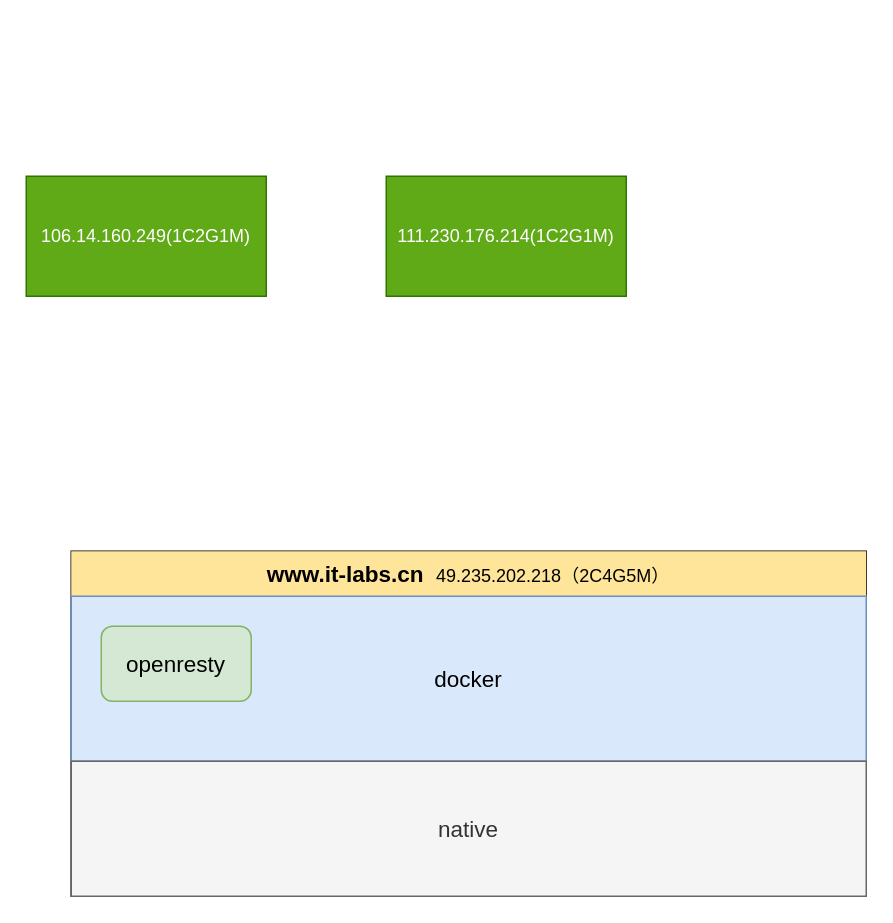
Before: 服务器内容部署一览图.drawio in TysonSir/draw.io, a draw.io diagram. Source tidied: cells renumbered, new cells numbered last; positions are measured from the earlier drawing's top-left corner, leaving out a move shared by most shapes. Both pictures are drawn from the tidied source at 150%, with x=0, y=0 at pixel (26, 176).
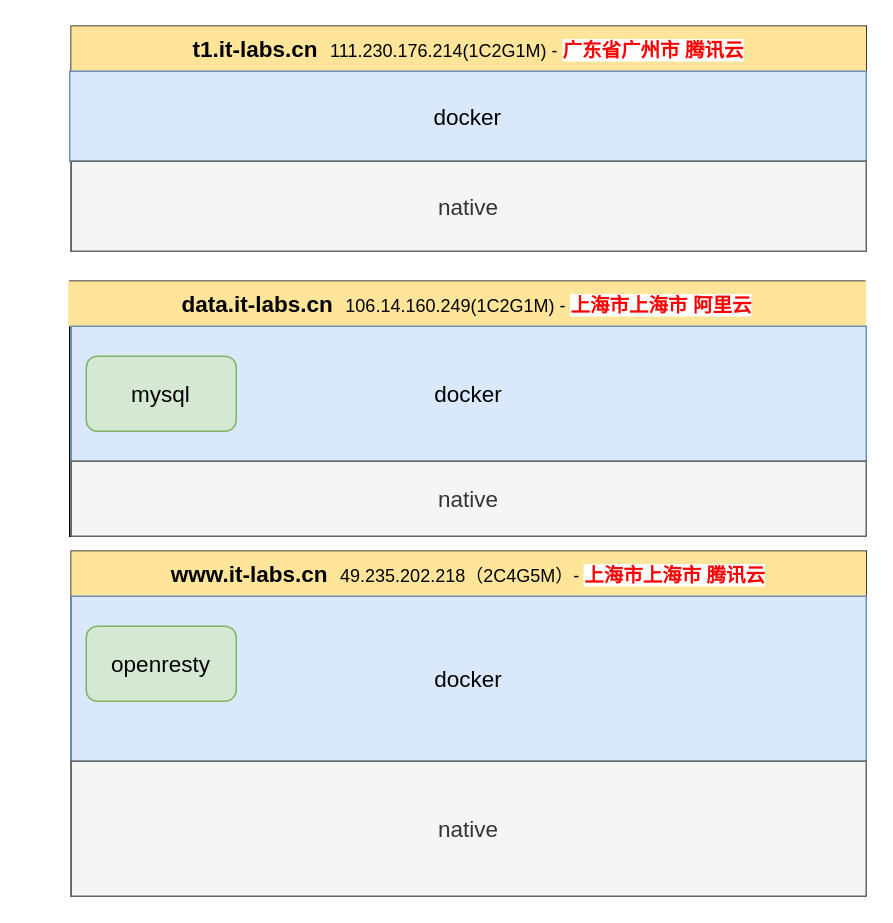
The same page after the edit.

Commit message (it also covers changes not shown here):
更新服务器内容部署一览图.drawio

What changed in the source:
```diff
@@
 <mxGraphModel>
   <root>
     <mxCell id="0" />
     <mxCell id="1" parent="0" />
-    <mxCell id="2" value="106.14.160.249(1C2G1M)" style="rounded=0;whiteSpace=wrap;html=1;fillColor=#60a917;strokeColor=#2D7600;fontColor=#ffffff;" parent="1" vertex="1">
-      <mxGeometry width="160" height="80" as="geometry" />
+    <mxCell id="2" style="rounded=0;whiteSpace=wrap;html=1;" parent="1" vertex="1">
+      <mxGeometry x="29" y="70" width="530" height="170" as="geometry" />
     </mxCell>
-    <mxCell id="3" value="111.230.176.214(1C2G1M)" style="rounded=0;whiteSpace=wrap;html=1;fillColor=#60a917;strokeColor=#2D7600;fontColor=#ffffff;" parent="1" vertex="1">
-      <mxGeometry x="240" width="160" height="80" as="geometry" />
+    <mxCell id="3" style="rounded=0;whiteSpace=wrap;html=1;" parent="1" vertex="1">
+      <mxGeometry x="30" y="-100" width="530" height="150" as="geometry" />
     </mxCell>
     <mxCell id="4" style="rounded=0;whiteSpace=wrap;html=1;" parent="1" vertex="1">
       <mxGeometry x="30" y="250" width="530" height="230" as="geometry" />
     </mxCell>
-    <mxCell id="5" value="www.it-labs.cn&amp;nbsp;&amp;nbsp;&lt;span style=&quot;font-size: 12px ; font-weight: 400&quot;&gt;49.235.202.218（2C4G5M）&lt;/span&gt;" style="text;html=1;strokeColor=none;fillColor=#FFE599;align=center;verticalAlign=middle;whiteSpace=wrap;rounded=0;fontStyle=1;fontSize=15;" parent="1" vertex="1">
+    <mxCell id="5" value="www.it-labs.cn&amp;nbsp;&amp;nbsp;&lt;span style=&quot;font-size: 12px ; font-weight: 400&quot;&gt;49.235.202.218（2C4G5M）-&amp;nbsp;&lt;/span&gt;&lt;b style=&quot;color: rgb(51 , 51 , 51) ; font-family: &amp;#34;arial&amp;#34; ; font-size: 13px ; background-color: rgb(255 , 255 , 255)&quot;&gt;&lt;span style=&quot;color: rgb(255 , 0 , 0)&quot;&gt;上海市上海市 腾讯云&lt;/span&gt;&lt;/b&gt;" style="text;html=1;strokeColor=none;fillColor=#FFE599;align=center;verticalAlign=middle;whiteSpace=wrap;rounded=0;fontStyle=1;fontSize=15;" parent="1" vertex="1">
       <mxGeometry x="30" y="250" width="530" height="30" as="geometry" />
     </mxCell>
     <mxCell id="6" value="docker" style="rounded=0;whiteSpace=wrap;html=1;fillColor=#dae8fc;fontSize=15;strokeColor=#6c8ebf;" parent="1" vertex="1">
       <mxGeometry x="30" y="280" width="530" height="110" as="geometry" />
     </mxCell>
     <mxCell id="7" value="openresty" style="rounded=1;whiteSpace=wrap;html=1;fillColor=#d5e8d4;fontSize=15;strokeColor=#82b366;" parent="1" vertex="1">
-      <mxGeometry x="50" y="300" width="100" height="50" as="geometry" />
+      <mxGeometry x="40" y="300" width="100" height="50" as="geometry" />
     </mxCell>
     <mxCell id="8" value="native" style="rounded=0;whiteSpace=wrap;html=1;fillColor=#f5f5f5;fontSize=15;strokeColor=#666666;fontColor=#333333;" parent="1" vertex="1">
       <mxGeometry x="30" y="390" width="530" height="90" as="geometry" />
     </mxCell>
+    <mxCell id="9" value="data.it-labs.cn&amp;nbsp;&amp;nbsp;&lt;span style=&quot;font-size: 12px ; font-weight: 400&quot;&gt;106.14.160.249(1C2G1M) -&amp;nbsp;&lt;/span&gt;&lt;b style=&quot;background-color: rgb(255 , 255 , 255) ; color: rgb(51 , 51 , 51) ; font-family: &amp;#34;arial&amp;#34; ; font-size: 13px&quot;&gt;&lt;span style=&quot;color: rgb(255 , 0 , 0)&quot;&gt;上海市上海市 阿里云&lt;br&gt;&lt;/span&gt;&lt;/b&gt;" style="text;html=1;strokeColor=none;fillColor=#FFE599;align=center;verticalAlign=middle;whiteSpace=wrap;rounded=0;fontStyle=1;fontSize=15;" parent="1" vertex="1">
+      <mxGeometry x="28" y="70" width="532" height="30" as="geometry" />
+    </mxCell>
+    <mxCell id="10" value="docker" style="rounded=0;whiteSpace=wrap;html=1;fillColor=#dae8fc;fontSize=15;strokeColor=#6c8ebf;" parent="1" vertex="1">
+      <mxGeometry x="30" y="100" width="530" height="90" as="geometry" />
+    </mxCell>
+    <mxCell id="11" value="native" style="rounded=0;whiteSpace=wrap;html=1;fillColor=#f5f5f5;fontSize=15;strokeColor=#666666;fontColor=#333333;" parent="1" vertex="1">
+      <mxGeometry x="30" y="190" width="530" height="50" as="geometry" />
+    </mxCell>
+    <mxCell id="12" value="mysql" style="rounded=1;whiteSpace=wrap;html=1;fillColor=#d5e8d4;fontSize=15;strokeColor=#82b366;" parent="1" vertex="1">
+      <mxGeometry x="40" y="120" width="100" height="50" as="geometry" />
+    </mxCell>
+    <mxCell id="13" value="t1.it-labs.cn&amp;nbsp;&amp;nbsp;&lt;span style=&quot;font-size: 12px ; font-weight: 400&quot;&gt;111.230.176.214(1C2G1M) -&amp;nbsp;&lt;/span&gt;&lt;b style=&quot;color: rgb(51 , 51 , 51) ; font-family: &amp;#34;arial&amp;#34; ; font-size: 13px ; background-color: rgb(255 , 255 , 255)&quot;&gt;&lt;span style=&quot;color: rgb(255 , 0 , 0)&quot;&gt;广东省广州市 腾讯云&lt;/span&gt;&lt;/b&gt;" style="text;html=1;strokeColor=none;fillColor=#FFE599;align=center;verticalAlign=middle;whiteSpace=wrap;rounded=0;fontStyle=1;fontSize=15;" parent="1" vertex="1">
+      <mxGeometry x="30" y="-100" width="530" height="30" as="geometry" />
+    </mxCell>
+    <mxCell id="14" value="docker" style="rounded=0;whiteSpace=wrap;html=1;fillColor=#dae8fc;fontSize=15;strokeColor=#6c8ebf;" parent="1" vertex="1">
+      <mxGeometry x="29" y="-70" width="531" height="60" as="geometry" />
+    </mxCell>
+    <mxCell id="15" value="native" style="rounded=0;whiteSpace=wrap;html=1;fillColor=#f5f5f5;fontSize=15;strokeColor=#666666;fontColor=#333333;" parent="1" vertex="1">
+      <mxGeometry x="30" y="-10" width="530" height="60" as="geometry" />
+    </mxCell>
   </root>
 </mxGraphModel>
```
